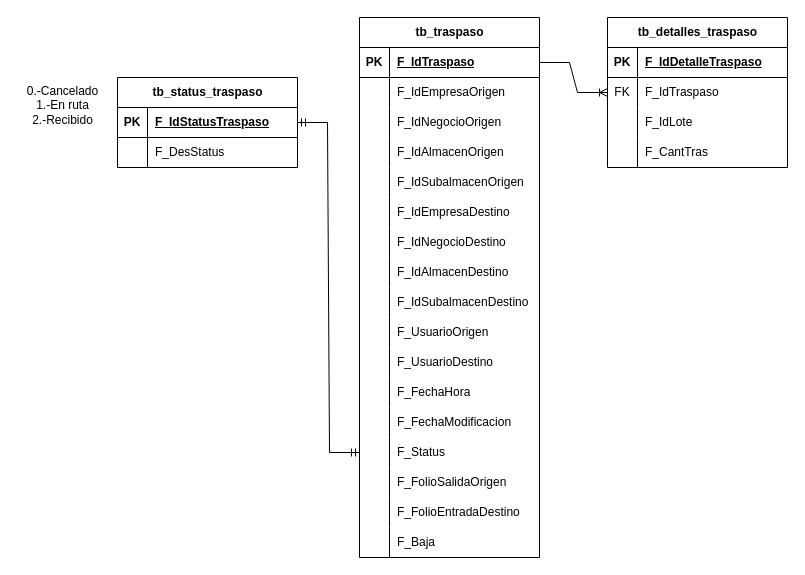
Before: TablaTraspasos.drawio in ErnestoDanielTafoyaMolinaCYM/clases-cat-cym, a draw.io diagram. Source tidied: cells renumbered, new cells numbered last; positions are measured from the earlier drawing's top-left corner, leaving out a move shared by most shapes. Both pictures are drawn from the tidied source at 100%, with x=0, y=0 at pixel (17, 17).
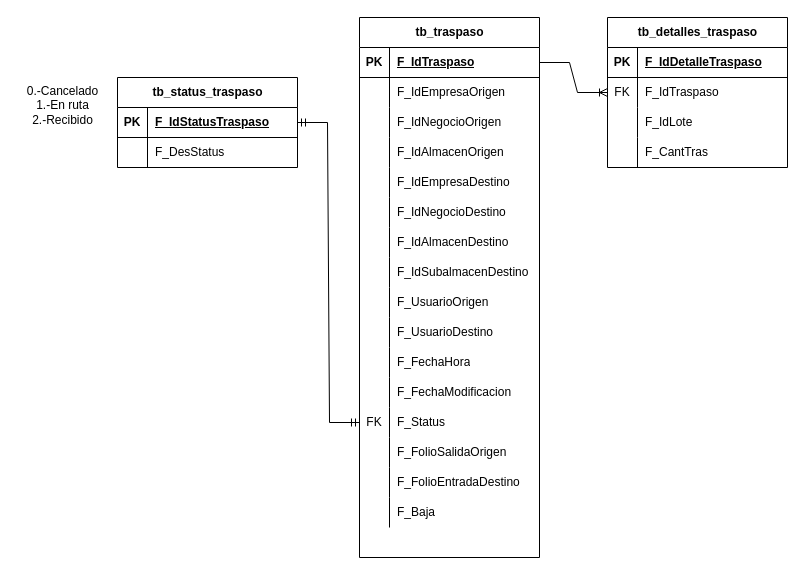
Above is the later version.

Unchanged cells that the change refers to:
```xml
<mxCell id="2" value="tb_traspaso" style="shape=table;startSize=30;childLayout=tableLayout;rowLines=0;fontStyle=1;align=center;html=1;" parent="1" vertex="1">
  <mxGeometry x="342" width="180" height="540" as="geometry" />
</mxCell>
```

The edit, as a diff of the source:
```diff
@@
-    <mxCell id="15" style="shape=tableRow;horizontal=0;startSize=0;swimlaneHead=0;swimlaneBody=0;fillColor=none;top=0;left=0;right=0;bottom=0;" parent="2" vertex="1">
-      <mxGeometry y="150" width="180" height="30" as="geometry" />
-    </mxCell>
-    <mxCell id="16" style="shape=partialRectangle;fillColor=none;top=0;left=0;bottom=0;right=0;overflow=hidden;whiteSpace=wrap;html=1;" parent="15" vertex="1">
-      <mxGeometry width="30" height="30" as="geometry" />
-    </mxCell>
-    <mxCell id="17" value="F_IdSubalmacenOrigen" style="shape=partialRectangle;fillColor=none;top=0;left=0;bottom=0;right=0;align=left;spacingLeft=6;overflow=hidden;whiteSpace=wrap;html=1;" parent="15" vertex="1">
-      <mxGeometry x="30" width="150" height="30" as="geometry" />
-    </mxCell>
     <mxCell id="18" style="shape=tableRow;horizontal=0;startSize=0;swimlaneHead=0;swimlaneBody=0;fillColor=none;top=0;left=0;right=0;bottom=0;" parent="2" vertex="1">
-      <mxGeometry y="180" width="180" height="30" as="geometry" />
+      <mxGeometry y="150" width="180" height="30" as="geometry" />
     </mxCell>
@@
     <mxCell id="21" style="shape=tableRow;horizontal=0;startSize=0;swimlaneHead=0;swimlaneBody=0;fillColor=none;top=0;left=0;right=0;bottom=0;" parent="2" vertex="1">
-      <mxGeometry y="210" width="180" height="30" as="geometry" />
+      <mxGeometry y="180" width="180" height="30" as="geometry" />
     </mxCell>
@@
     <mxCell id="24" style="shape=tableRow;horizontal=0;startSize=0;swimlaneHead=0;swimlaneBody=0;fillColor=none;top=0;left=0;right=0;bottom=0;" parent="2" vertex="1">
-      <mxGeometry y="240" width="180" height="30" as="geometry" />
+      <mxGeometry y="210" width="180" height="30" as="geometry" />
     </mxCell>
@@
     <mxCell id="27" style="shape=tableRow;horizontal=0;startSize=0;swimlaneHead=0;swimlaneBody=0;fillColor=none;top=0;left=0;right=0;bottom=0;" parent="2" vertex="1">
-      <mxGeometry y="270" width="180" height="30" as="geometry" />
+      <mxGeometry y="240" width="180" height="30" as="geometry" />
     </mxCell>
@@
     <mxCell id="30" style="shape=tableRow;horizontal=0;startSize=0;swimlaneHead=0;swimlaneBody=0;fillColor=none;top=0;left=0;right=0;bottom=0;" parent="2" vertex="1">
-      <mxGeometry y="300" width="180" height="30" as="geometry" />
+      <mxGeometry y="270" width="180" height="30" as="geometry" />
     </mxCell>
@@
     <mxCell id="33" style="shape=tableRow;horizontal=0;startSize=0;swimlaneHead=0;swimlaneBody=0;fillColor=none;top=0;left=0;right=0;bottom=0;" parent="2" vertex="1">
-      <mxGeometry y="330" width="180" height="30" as="geometry" />
+      <mxGeometry y="300" width="180" height="30" as="geometry" />
     </mxCell>
@@
     <mxCell id="36" style="shape=tableRow;horizontal=0;startSize=0;swimlaneHead=0;swimlaneBody=0;fillColor=none;top=0;left=0;right=0;bottom=0;" parent="2" vertex="1">
-      <mxGeometry y="360" width="180" height="30" as="geometry" />
+      <mxGeometry y="330" width="180" height="30" as="geometry" />
     </mxCell>
@@
     <mxCell id="39" style="shape=tableRow;horizontal=0;startSize=0;swimlaneHead=0;swimlaneBody=0;fillColor=none;top=0;left=0;right=0;bottom=0;" parent="2" vertex="1">
-      <mxGeometry y="390" width="180" height="30" as="geometry" />
+      <mxGeometry y="360" width="180" height="30" as="geometry" />
     </mxCell>
@@
     <mxCell id="42" style="shape=tableRow;horizontal=0;startSize=0;swimlaneHead=0;swimlaneBody=0;fillColor=none;points=[[0,0.5],[1,0.5]];portConstraint=eastwest;top=0;left=0;right=0;bottom=0;" parent="2" vertex="1">
-      <mxGeometry y="420" width="180" height="30" as="geometry" />
+      <mxGeometry y="390" width="180" height="30" as="geometry" />
     </mxCell>
-    <mxCell id="43" style="shape=partialRectangle;fillColor=none;top=0;left=0;bottom=0;right=0;overflow=hidden;whiteSpace=wrap;html=1;" parent="42" vertex="1">
+    <mxCell id="43" value="FK" style="shape=partialRectangle;fillColor=none;top=0;left=0;bottom=0;right=0;overflow=hidden;whiteSpace=wrap;html=1;" parent="42" vertex="1">
       <mxGeometry width="30" height="30" as="geometry" />
     </mxCell>
@@
     <mxCell id="45" style="shape=tableRow;horizontal=0;startSize=0;swimlaneHead=0;swimlaneBody=0;fillColor=none;top=0;left=0;right=0;bottom=0;" parent="2" vertex="1">
-      <mxGeometry y="450" width="180" height="30" as="geometry" />
+      <mxGeometry y="420" width="180" height="30" as="geometry" />
     </mxCell>
@@
     <mxCell id="48" style="shape=tableRow;horizontal=0;startSize=0;swimlaneHead=0;swimlaneBody=0;fillColor=none;top=0;left=0;right=0;bottom=0;" parent="2" vertex="1">
-      <mxGeometry y="480" width="180" height="30" as="geometry" />
+      <mxGeometry y="450" width="180" height="30" as="geometry" />
     </mxCell>
@@
     <mxCell id="51" style="shape=tableRow;horizontal=0;startSize=0;swimlaneHead=0;swimlaneBody=0;fillColor=none;top=0;left=0;right=0;bottom=0;" parent="2" vertex="1">
-      <mxGeometry y="510" width="180" height="30" as="geometry" />
+      <mxGeometry y="480" width="180" height="30" as="geometry" />
     </mxCell>
```
